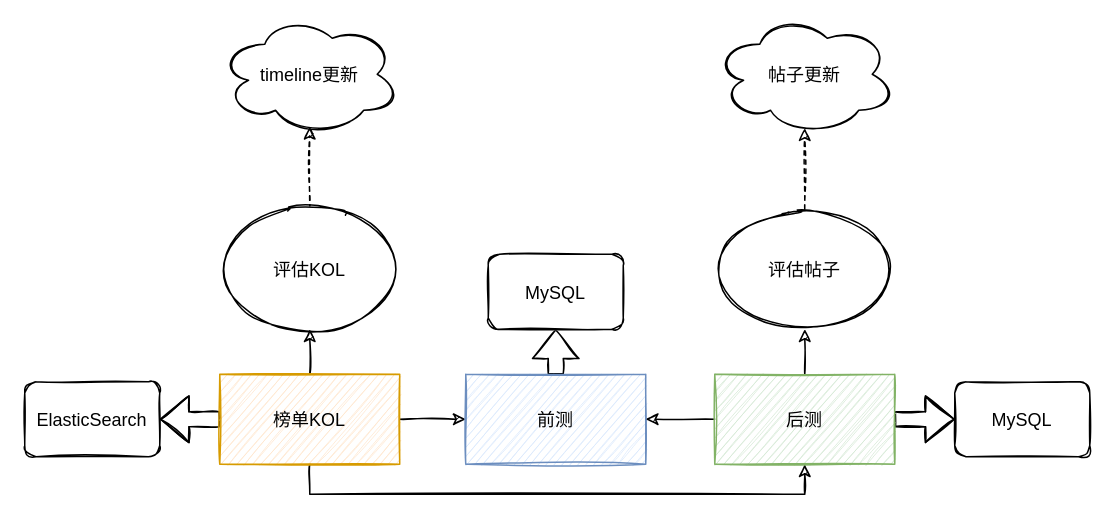
The draw.io diagram file/前后测核心.drawio in LLwill/drow.io, before the edit. Source tidied: cells renumbered, new cells numbered last; positions are measured from the earlier drawing's top-left corner, leaving out a move shared by most shapes. Both pictures are drawn from the tidied source at 150%, with x=0, y=0 at pixel (24, 14).
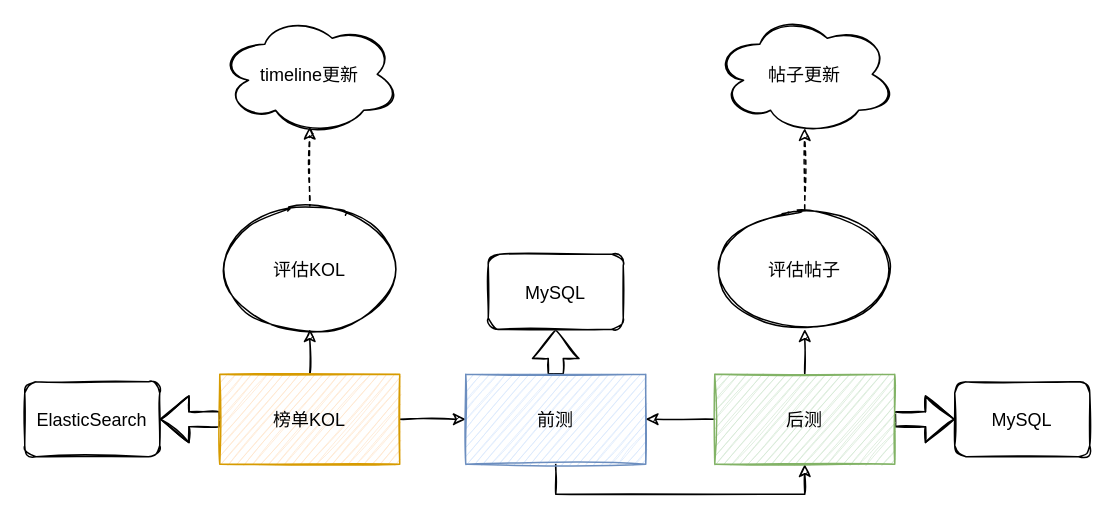
The same page after the edit.

Commit message:
更新前后测核心.drawio

The change refers to these unchanged cells:
```xml
<mxCell id="10" value="榜单KOL" style="rounded=0;sketch=1;fillColor=#ffe6cc;strokeColor=#d79b00;" parent="1" vertex="1">
  <mxGeometry x="130" y="240" width="120" height="60" as="geometry" />
</mxCell>
<mxCell id="12" value="前测" style="rounded=0;sketch=1;fillColor=#dae8fc;strokeColor=#6c8ebf;" parent="1" vertex="1">
  <mxGeometry x="294" y="240" width="120" height="60" as="geometry" />
</mxCell>
<mxCell id="16" value="后测" style="rounded=0;sketch=1;fillColor=#d5e8d4;strokeColor=#82b366;" parent="1" vertex="1">
  <mxGeometry x="460" y="240" width="120" height="60" as="geometry" />
</mxCell>
```

Change to the diagram source:
```diff
@@
-    <mxCell id="8" style="edgeStyle=orthogonalEdgeStyle;rounded=0;jettySize=auto;exitX=0.5;exitY=1;exitDx=0;exitDy=0;entryX=0.5;entryY=1;entryDx=0;entryDy=0;sketch=1;" parent="1" edge="1" source="10" target="16">
-      <mxGeometry relative="1" as="geometry" />
-    </mxCell>
@@
+    <mxCell id="22" style="edgeStyle=orthogonalEdgeStyle;rounded=0;sketch=1;jettySize=auto;html=0;exitX=0.5;exitY=1;exitDx=0;exitDy=0;entryX=0.5;entryY=1;entryDx=0;entryDy=0;" parent="1" edge="1" source="12" target="16">
+      <mxGeometry relative="1" as="geometry" />
+    </mxCell>
```
